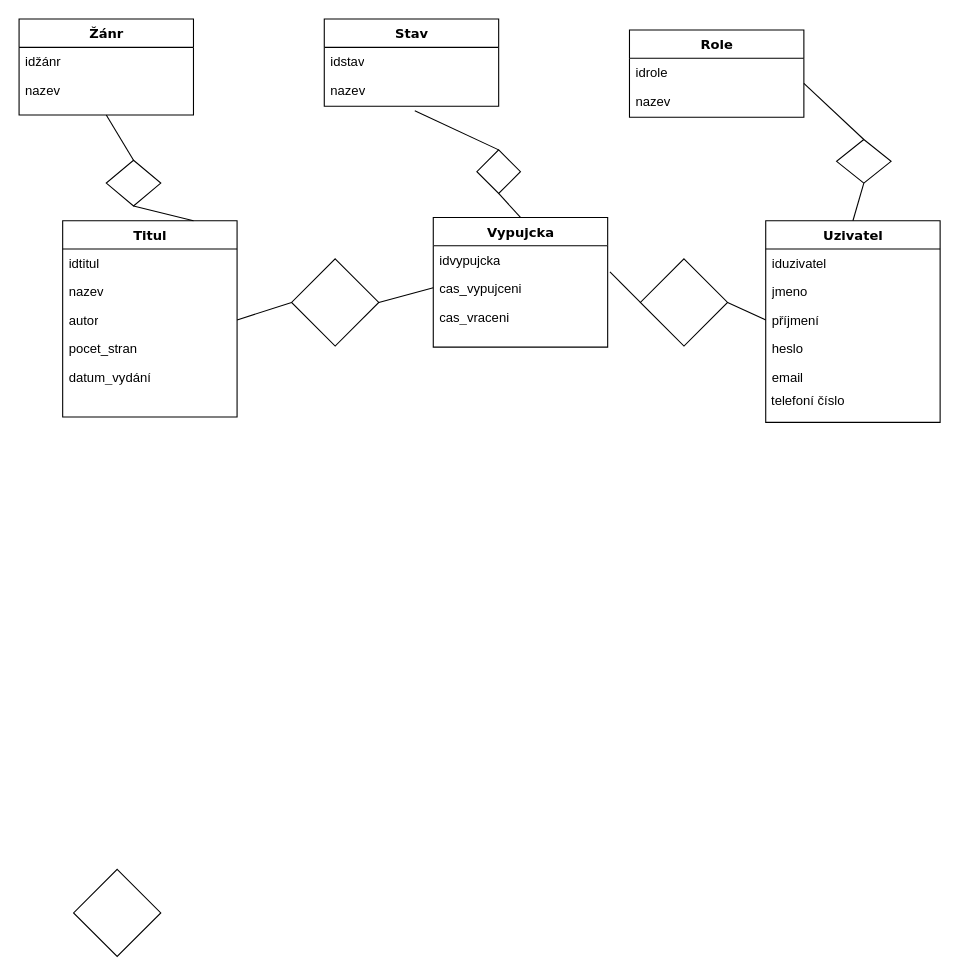
Before: Konceptuální model databáze v1.1.drawio in Ajjmaster/ZP---Berky-Kudrnac-Jirouch, a draw.io diagram. Source tidied: cells renumbered, new cells numbered last; positions are measured from the earlier drawing's top-left corner, leaving out a move shared by most shapes. Both pictures are drawn from the tidied source at 109%, with x=0, y=0 at pixel (19, 19).
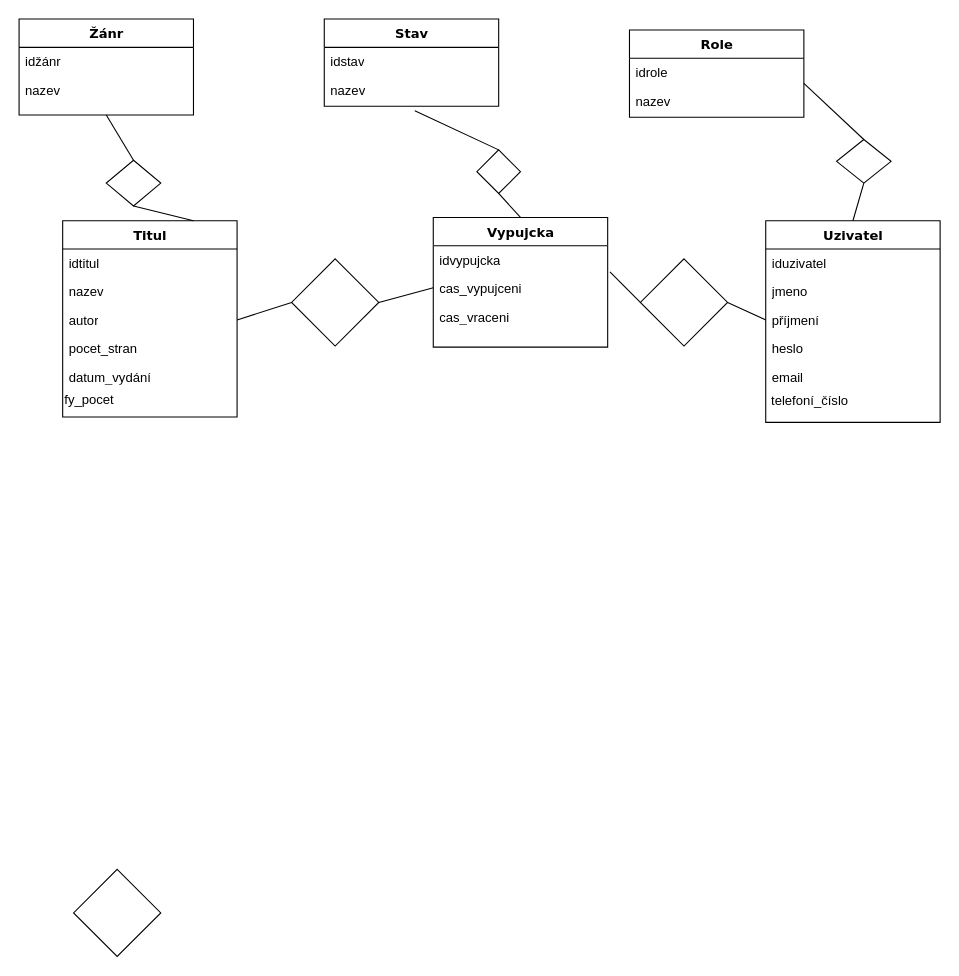
Above is the later version.

Commit message:
Update Konceptuální model databáze v1.2.drawio

Unchanged cells that the change refers to:
```xml
<mxCell id="2" value="Titul" style="swimlane;html=1;fontStyle=1;align=center;verticalAlign=top;horizontal=1;startSize=26;swimlaneFillColor=#ffffff;rounded=0;shadow=0;comic=0;labelBackgroundColor=none;strokeWidth=1;fillColor=none;fontFamily=Verdana;fontSize=12;" parent="1" vertex="1">
  <mxGeometry x="40" y="185" width="160" height="180" as="geometry" />
</mxCell>
<mxCell id="12" value="Uzivatel" style="swimlane;html=1;fontStyle=1;align=center;verticalAlign=top;horizontal=1;startSize=26;swimlaneFillColor=#ffffff;rounded=0;shadow=0;comic=0;labelBackgroundColor=none;strokeWidth=1;fillColor=none;fontFamily=Verdana;fontSize=12;" parent="1" vertex="1">
  <mxGeometry x="685" y="185" width="160" height="185" as="geometry" />
</mxCell>
```

The edit, as a diff of the source:
```diff
@@
     <mxCell id="7" value="datum_vydání" style="text;html=1;strokeColor=none;fillColor=none;align=left;verticalAlign=top;spacingLeft=4;spacingRight=4;whiteSpace=wrap;overflow=hidden;" parent="2" vertex="1">
-      <mxGeometry y="130" width="160" height="40" as="geometry" />
+      <mxGeometry y="130" width="160" height="20" as="geometry" />
     </mxCell>
+    <mxCell id="44" value="fy_pocet" style="text;html=1;strokeColor=none;fillColor=none;align=left;verticalAlign=middle;whiteSpace=wrap;rounded=0;" parent="2" vertex="1">
+      <mxGeometry y="150" width="160" height="30" as="geometry" />
+    </mxCell>
@@
-    <mxCell id="18" value="&amp;nbsp;telefoní číslo" style="text;html=1;strokeColor=none;fillColor=none;align=left;verticalAlign=middle;whiteSpace=wrap;rounded=0;" parent="12" vertex="1">
+    <mxCell id="18" value="&amp;nbsp;telefoní_číslo" style="text;html=1;strokeColor=none;fillColor=none;align=left;verticalAlign=middle;whiteSpace=wrap;rounded=0;" parent="12" vertex="1">
       <mxGeometry y="156" width="160" height="20" as="geometry" />
     </mxCell>
```
